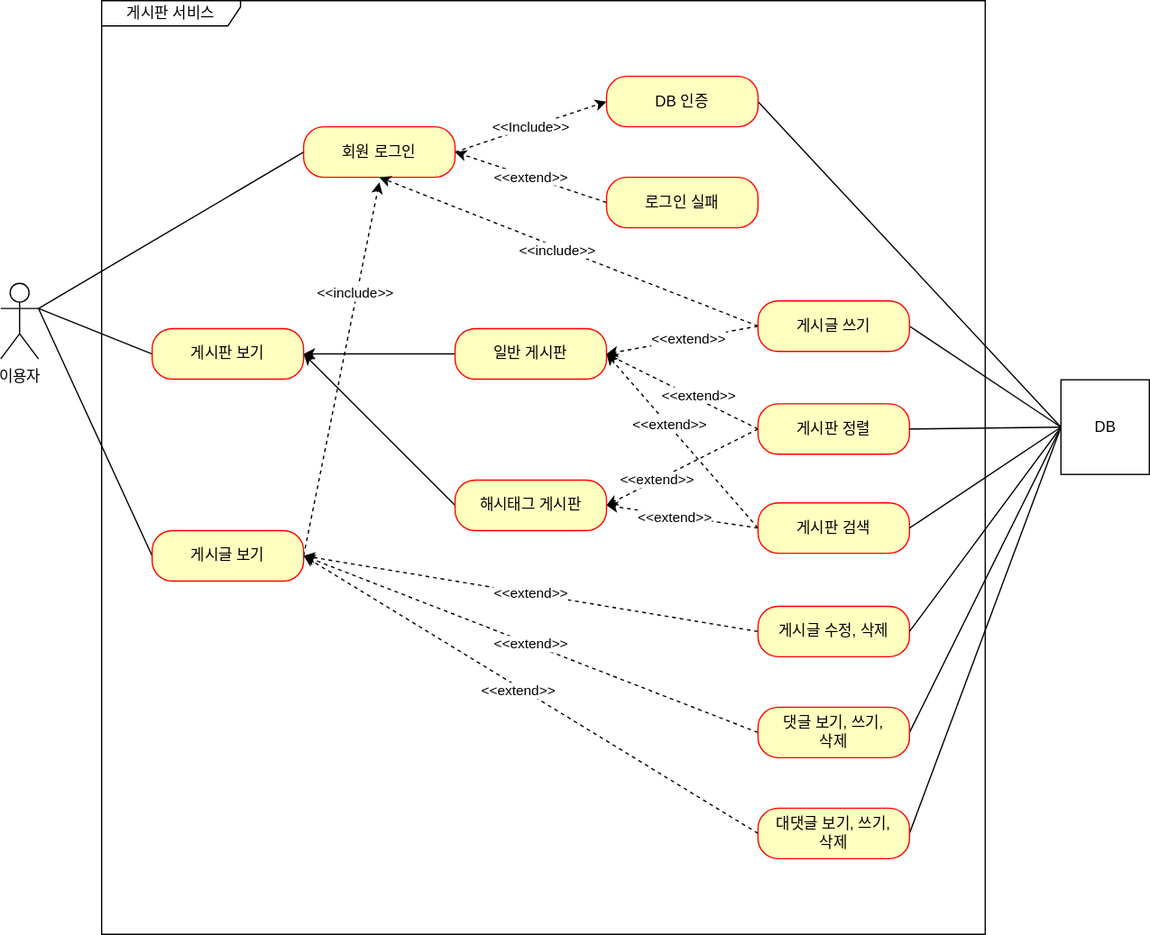
The draw.io diagram document/use-case.svg in akak4456/practice, before a commit. Source tidied: cells renumbered, new cells last; positions are measured from the earlier drawing's top-left corner, leaving out a move shared by most shapes.
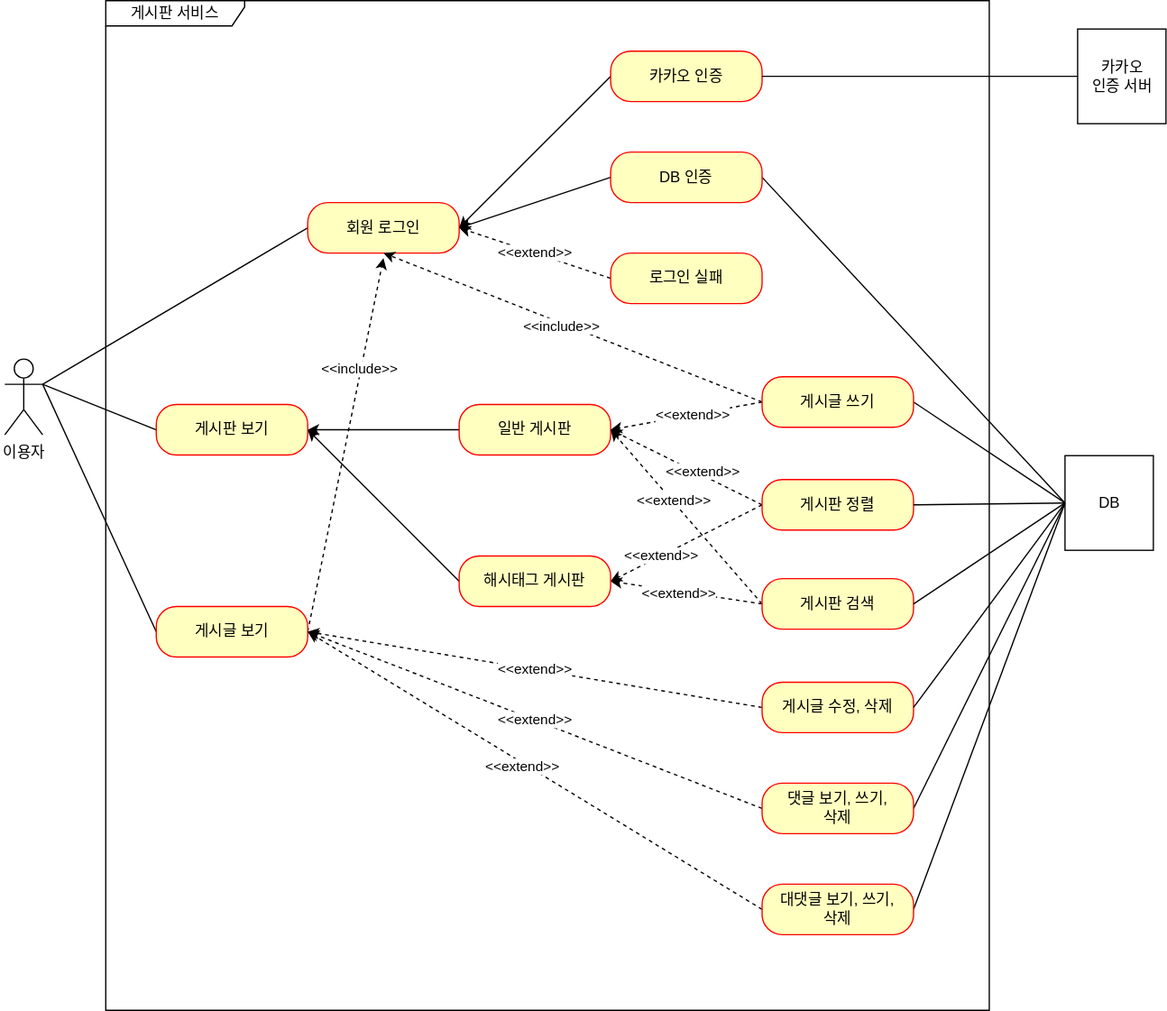
After the change.

Commit message:
#38 - use-case.svg: 카카오 인증 유즈 케이스 추가 (대댓글은 미리 표현하였음)

Diff of the diagram source:
```diff
@@ -6,7 +6,7 @@
       <mxGeometry y="224" width="30" height="60" as="geometry" />
     </mxCell>
     <mxCell id="3" value="게시판 서비스" style="shape=umlFrame;whiteSpace=wrap;html=1;width=110;height=20;" parent="1" vertex="1">
-      <mxGeometry x="80" width="700" height="740" as="geometry" />
+      <mxGeometry x="80" y="-60" width="700" height="800" as="geometry" />
     </mxCell>
     <mxCell id="4" style="rounded=0;jettySize=auto;html=1;exitX=0;exitY=0.5;exitDx=0;exitDy=0;entryX=1;entryY=0.5;entryDx=0;entryDy=0;" parent="1" edge="1" source="5" target="7">
       <mxGeometry relative="1" as="geometry" />
@@ -41,15 +41,15 @@
         <mxPoint x="30" y="244" as="targetPoint" />
       </mxGeometry>
     </mxCell>
-    <mxCell id="13" value="&amp;lt;&amp;lt;Include&amp;gt;&amp;gt;" style="rounded=0;jettySize=auto;html=1;exitX=1;exitY=0.5;exitDx=0;exitDy=0;entryX=0;entryY=0.5;entryDx=0;entryDy=0;dashed=1;" parent="1" edge="1" source="14" target="16">
-      <mxGeometry relative="1" as="geometry" />
-    </mxCell>
     <mxCell id="14" value="회원 로그인" style="rounded=1;whiteSpace=wrap;html=1;arcSize=40;fontColor=#000000;fillColor=#ffffc0;strokeColor=#ff0000;" parent="1" vertex="1">
       <mxGeometry x="240" y="100" width="120" height="40" as="geometry" />
     </mxCell>
     <mxCell id="15" style="edgeStyle=none;rounded=0;jettySize=auto;html=1;exitX=1;exitY=0.5;exitDx=0;exitDy=0;entryX=0;entryY=0.5;entryDx=0;entryDy=0;endArrow=none;endFill=0;" parent="1" edge="1" source="16" target="39">
       <mxGeometry relative="1" as="geometry" />
     </mxCell>
+    <mxCell id="52" style="rounded=0;jettySize=auto;html=1;exitX=0;exitY=0.5;exitDx=0;exitDy=0;entryX=1;entryY=0.5;entryDx=0;entryDy=0;" parent="1" edge="1" source="16" target="14">
+      <mxGeometry relative="1" as="geometry" />
+    </mxCell>
     <mxCell id="16" value="DB 인증" style="rounded=1;whiteSpace=wrap;html=1;arcSize=40;fontColor=#000000;fillColor=#ffffc0;strokeColor=#ff0000;" parent="1" vertex="1">
       <mxGeometry x="480" y="60" width="120" height="40" as="geometry" />
     </mxCell>
@@ -162,5 +162,17 @@
     <mxCell id="51" value="대댓글 보기, 쓰기,&lt;br&gt;삭제" style="rounded=1;whiteSpace=wrap;html=1;arcSize=40;fontColor=#000000;fillColor=#ffffc0;strokeColor=#ff0000;" parent="1" vertex="1">
       <mxGeometry x="600" y="640" width="120" height="40" as="geometry" />
     </mxCell>
+    <mxCell id="53" style="rounded=0;jettySize=auto;html=1;exitX=0;exitY=0.5;exitDx=0;exitDy=0;entryX=1;entryY=0.5;entryDx=0;entryDy=0;endArrow=classic;endFill=1;" parent="1" edge="1" source="54" target="14">
+      <mxGeometry relative="1" as="geometry" />
+    </mxCell>
+    <mxCell id="54" value="카카오 인증" style="rounded=1;whiteSpace=wrap;html=1;arcSize=40;fontColor=#000000;fillColor=#ffffc0;strokeColor=#ff0000;" parent="1" vertex="1">
+      <mxGeometry x="480" y="-20" width="120" height="40" as="geometry" />
+    </mxCell>
+    <mxCell id="55" style="edgeStyle=orthogonalEdgeStyle;rounded=0;jettySize=auto;html=1;exitX=0;exitY=0.5;exitDx=0;exitDy=0;endArrow=none;endFill=0;" parent="1" edge="1" source="56" target="54">
+      <mxGeometry relative="1" as="geometry" />
+    </mxCell>
+    <mxCell id="56" value="카카오&lt;br&gt;인증 서버" style="html=1;" parent="1" vertex="1">
+      <mxGeometry x="850" y="-37.5" width="70" height="75" as="geometry" />
+    </mxCell>
   </root>
 </mxGraphModel>
```
